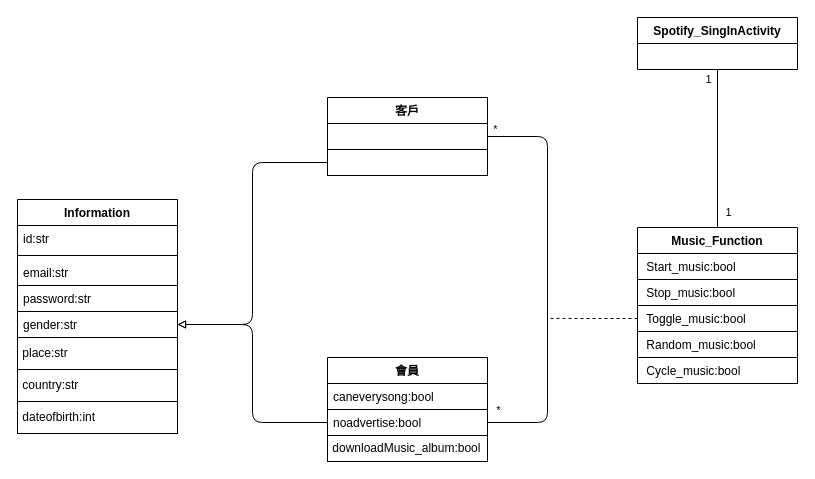
Above: page "音樂功能" (4 of 4) of draw object class.drawio in 35596035/End-of-period-project (draw.io), before the change. Source tidied: cells renumbered, new cells numbered last; positions are measured from the earlier drawing's top-left corner, leaving out a move shared by most shapes. Both pictures are drawn from the tidied source at 100%, with x=0, y=0 at pixel (17, 17).
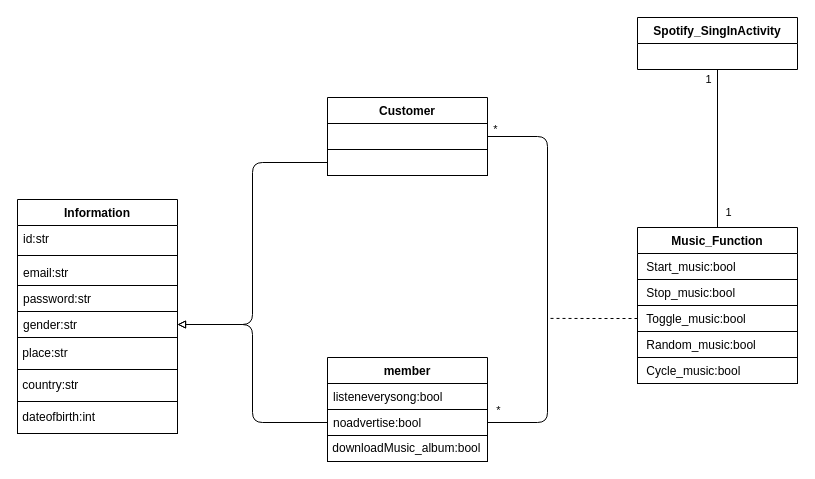
Above is the later version.

Diff of the diagram source:
```diff
@@
-    <mxCell id="8" value="客戶" style="swimlane;fontStyle=1;align=center;verticalAlign=top;horizontal=1;startSize=26;" parent="1" vertex="1">
+    <mxCell id="8" value="Customer" style="swimlane;fontStyle=1;align=center;verticalAlign=top;horizontal=1;startSize=26;" parent="1" vertex="1">
       <mxGeometry x="310" y="80" width="160" height="78" as="geometry" />
     </mxCell>
@@
-    <mxCell id="11" value="會員" style="swimlane;fontStyle=1;align=center;verticalAlign=top;horizontal=1;startSize=26;" parent="1" vertex="1">
+    <mxCell id="11" value="member" style="swimlane;fontStyle=1;align=center;verticalAlign=top;horizontal=1;startSize=26;" parent="1" vertex="1">
       <mxGeometry x="310" y="340" width="160" height="104" as="geometry" />
     </mxCell>
-    <mxCell id="12" value="caneverysong:bool" style="text;strokeColor=default;fillColor=none;align=left;verticalAlign=top;spacingLeft=4;spacingRight=4;overflow=hidden;" parent="11" vertex="1">
+    <mxCell id="12" value="listeneverysong:bool" style="text;strokeColor=default;fillColor=none;align=left;verticalAlign=top;spacingLeft=4;spacingRight=4;overflow=hidden;" parent="11" vertex="1">
       <mxGeometry y="26" width="160" height="26" as="geometry" />
     </mxCell>
```
